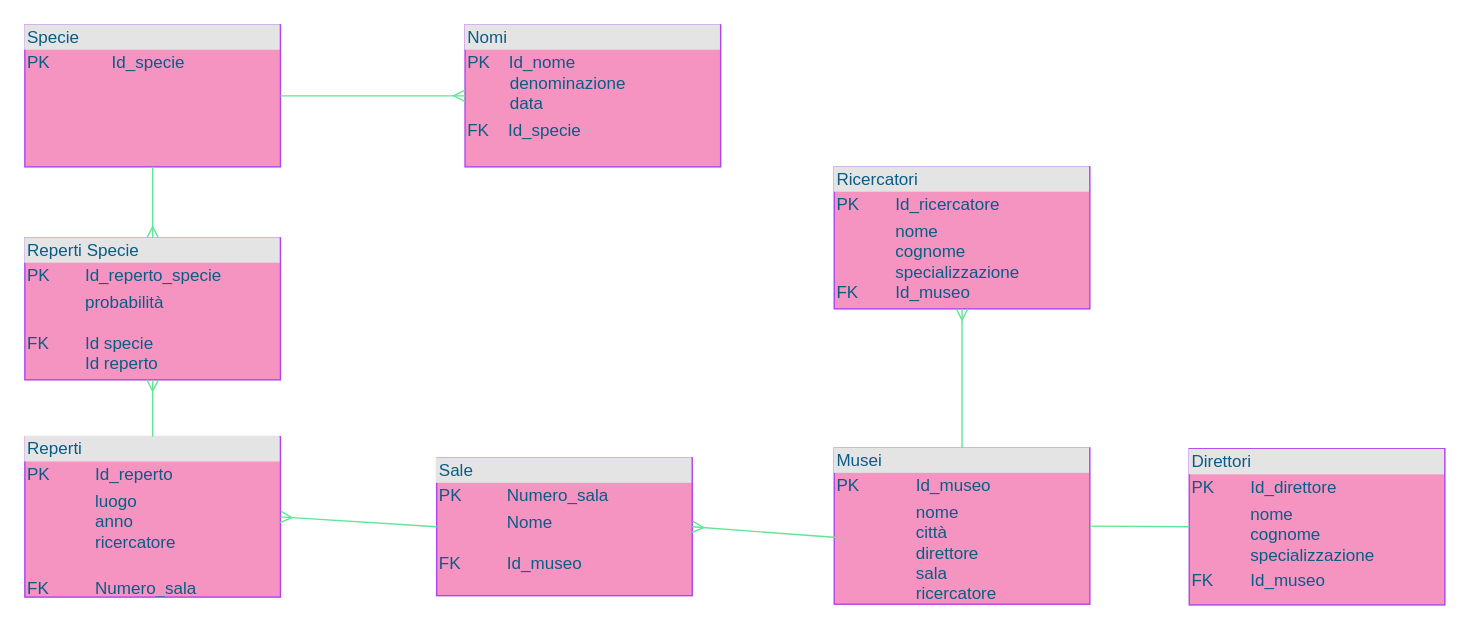
Above: Paleontologo.drawio in ChiaraGismondi02/informatica-modelloE-R (draw.io), before the change. Source tidied: cells renumbered, new cells numbered last; positions are measured from the earlier drawing's top-left corner, leaving out a move shared by most shapes. Both pictures are drawn from the tidied source at 142%, with x=0, y=0 at pixel (24, 24).
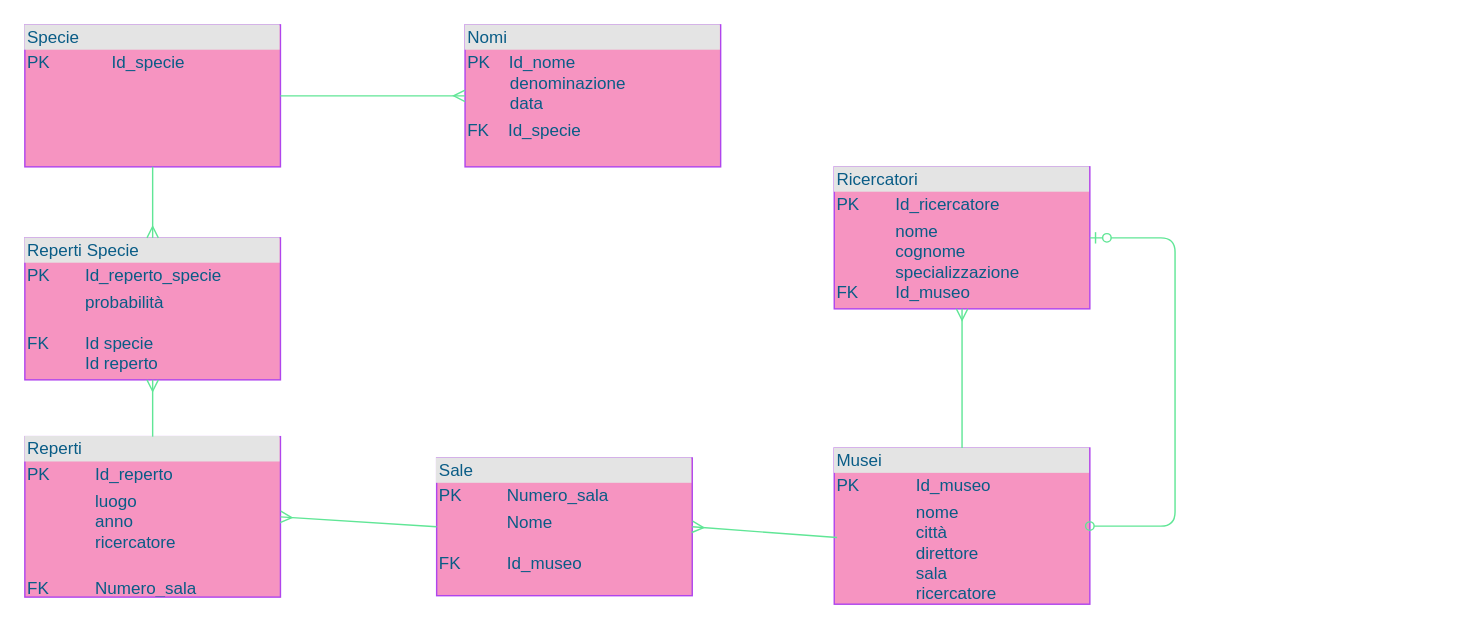
The same page after the edit.

What changed in the source:
```diff
@@
 <mxGraphModel>
   <root>
     <mxCell id="0" />
     <mxCell id="1" parent="0" />
     <mxCell id="2" value="&lt;div style=&quot;box-sizing: border-box ; width: 100% ; background: #e4e4e4 ; padding: 2px&quot;&gt;Reperti&lt;/div&gt;&lt;table style=&quot;width: 100% ; font-size: 1em&quot; cellpadding=&quot;2&quot; cellspacing=&quot;0&quot;&gt;&lt;tbody&gt;&lt;tr&gt;&lt;td&gt;PK&lt;/td&gt;&lt;td&gt;Id_reperto&lt;/td&gt;&lt;/tr&gt;&lt;tr&gt;&lt;td&gt;&amp;nbsp; &amp;nbsp; &amp;nbsp; &amp;nbsp;&lt;br&gt;&lt;br&gt;&lt;/td&gt;&lt;td&gt;luogo&lt;br&gt;anno&lt;br&gt;ricercatore&lt;br&gt;&lt;br&gt;&lt;/td&gt;&lt;/tr&gt;&lt;tr&gt;&lt;td&gt;FK&amp;nbsp;&amp;nbsp;&lt;/td&gt;&lt;td&gt;Numero_sala&lt;br&gt;&lt;/td&gt;&lt;/tr&gt;&lt;/tbody&gt;&lt;/table&gt;" style="verticalAlign=top;align=left;overflow=fill;html=1;fillColor=#F694C1;strokeColor=#AF45ED;fontColor=#095C86;" parent="1" vertex="1">
       <mxGeometry y="290" width="180" height="113" as="geometry" />
     </mxCell>
     <mxCell id="3" value="&lt;div style=&quot;box-sizing: border-box ; width: 100% ; background: #e4e4e4 ; padding: 2px&quot;&gt;Ricercatori&lt;/div&gt;&lt;table style=&quot;width: 100% ; font-size: 1em&quot; cellpadding=&quot;2&quot; cellspacing=&quot;0&quot;&gt;&lt;tbody&gt;&lt;tr&gt;&lt;td&gt;PK&lt;/td&gt;&lt;td&gt;Id_ricercatore&lt;/td&gt;&lt;/tr&gt;&lt;tr&gt;&lt;td&gt;&amp;nbsp; &amp;nbsp; &amp;nbsp; &amp;nbsp;&lt;br&gt;&lt;br&gt;&lt;br&gt;FK&lt;/td&gt;&lt;td&gt;nome&lt;br&gt;cognome&lt;br&gt;specializzazione&lt;br&gt;Id_museo&lt;/td&gt;&lt;/tr&gt;&lt;/tbody&gt;&lt;/table&gt;" style="verticalAlign=top;align=left;overflow=fill;html=1;fillColor=#F694C1;strokeColor=#AF45ED;fontColor=#095C86;" parent="1" vertex="1">
       <mxGeometry x="570" y="100" width="180" height="100" as="geometry" />
     </mxCell>
     <mxCell id="4" value="&lt;div style=&quot;box-sizing: border-box ; width: 100% ; background: #e4e4e4 ; padding: 2px&quot;&gt;Sale&lt;/div&gt;&lt;table style=&quot;width: 100% ; font-size: 1em&quot; cellpadding=&quot;2&quot; cellspacing=&quot;0&quot;&gt;&lt;tbody&gt;&lt;tr&gt;&lt;td&gt;PK&lt;/td&gt;&lt;td&gt;Numero_sala&lt;/td&gt;&lt;/tr&gt;&lt;tr&gt;&lt;td&gt;&amp;nbsp; &amp;nbsp; &amp;nbsp; &amp;nbsp;&lt;br&gt;FK&lt;/td&gt;&lt;td&gt;Nome&lt;br&gt;&lt;br&gt;Id_museo&lt;br&gt;&lt;br&gt;&lt;/td&gt;&lt;/tr&gt;&lt;/tbody&gt;&lt;/table&gt;" style="verticalAlign=top;align=left;overflow=fill;html=1;fillColor=#F694C1;strokeColor=#AF45ED;fontColor=#095C86;" parent="1" vertex="1">
       <mxGeometry x="290" y="305" width="180" height="97" as="geometry" />
     </mxCell>
     <mxCell id="5" value="&lt;div style=&quot;box-sizing: border-box ; width: 100% ; background: #e4e4e4 ; padding: 2px&quot;&gt;Musei&lt;/div&gt;&lt;table style=&quot;width: 100% ; font-size: 1em&quot; cellpadding=&quot;2&quot; cellspacing=&quot;0&quot;&gt;&lt;tbody&gt;&lt;tr&gt;&lt;td&gt;PK&lt;/td&gt;&lt;td&gt;Id_museo&lt;/td&gt;&lt;/tr&gt;&lt;tr&gt;&lt;td&gt;&amp;nbsp; &amp;nbsp; &amp;nbsp; &amp;nbsp;&lt;br&gt;&lt;br&gt;&lt;/td&gt;&lt;td&gt;nome&lt;br&gt;città&lt;br&gt;direttore&lt;br&gt;sala&lt;br&gt;ricercatore&lt;/td&gt;&lt;/tr&gt;&lt;tr&gt;&lt;td&gt;&lt;/td&gt;&lt;td&gt;&lt;br&gt;&lt;/td&gt;&lt;/tr&gt;&lt;/tbody&gt;&lt;/table&gt;" style="verticalAlign=top;align=left;overflow=fill;html=1;fillColor=#F694C1;strokeColor=#AF45ED;fontColor=#095C86;" parent="1" vertex="1">
       <mxGeometry x="570" y="298" width="180" height="110" as="geometry" />
     </mxCell>
     <mxCell id="6" style="edgeStyle=orthogonalEdgeStyle;rounded=0;jettySize=auto;html=1;entryX=0;entryY=0.25;entryDx=0;entryDy=0;strokeColor=none;endArrow=ERmany;endFill=0;fontColor=#095C86;" parent="1" edge="1" source="7" target="8">
       <mxGeometry relative="1" as="geometry" />
     </mxCell>
     <mxCell id="7" value="&lt;div style=&quot;box-sizing: border-box ; width: 100% ; background: #e4e4e4 ; padding: 2px&quot;&gt;Specie&lt;/div&gt;&lt;table style=&quot;width: 100% ; font-size: 1em&quot; cellpadding=&quot;2&quot; cellspacing=&quot;0&quot;&gt;&lt;tbody&gt;&lt;tr&gt;&lt;td&gt;PK&lt;/td&gt;&lt;td&gt;Id_specie&lt;/td&gt;&lt;/tr&gt;&lt;tr&gt;&lt;td&gt;&amp;nbsp; &amp;nbsp; &amp;nbsp; &amp;nbsp;&lt;br&gt;&lt;br&gt;&lt;/td&gt;&lt;td&gt;&lt;br&gt;&lt;br&gt;&lt;/td&gt;&lt;/tr&gt;&lt;/tbody&gt;&lt;/table&gt;" style="verticalAlign=top;align=left;overflow=fill;html=1;fillColor=#F694C1;strokeColor=#AF45ED;fontColor=#095C86;" parent="1" vertex="1">
       <mxGeometry width="180" height="100" as="geometry" />
     </mxCell>
     <mxCell id="8" value="&lt;div style=&quot;box-sizing: border-box ; width: 100% ; background: #e4e4e4 ; padding: 2px&quot;&gt;Nomi&lt;/div&gt;&lt;table style=&quot;width: 100% ; font-size: 1em&quot; cellpadding=&quot;2&quot; cellspacing=&quot;0&quot;&gt;&lt;tbody&gt;&lt;tr&gt;&lt;td&gt;PK&amp;nbsp; &amp;nbsp; Id_nome&lt;br&gt;&amp;nbsp; &amp;nbsp; &amp;nbsp; &amp;nbsp; &amp;nbsp;denominazione&lt;br&gt;&amp;nbsp; &amp;nbsp; &amp;nbsp; &amp;nbsp; &amp;nbsp;data&amp;nbsp; &amp;nbsp;&lt;/td&gt;&lt;td&gt;&lt;br&gt;&lt;/td&gt;&lt;/tr&gt;&lt;tr&gt;&lt;td&gt;FK&amp;nbsp; &amp;nbsp; Id_specie&lt;/td&gt;&lt;td&gt;&lt;br&gt;&lt;/td&gt;&lt;/tr&gt;&lt;/tbody&gt;&lt;/table&gt;" style="verticalAlign=top;align=left;overflow=fill;html=1;fillColor=#F694C1;strokeColor=#AF45ED;fontColor=#095C86;" parent="1" vertex="1">
       <mxGeometry x="310" width="180" height="100" as="geometry" />
     </mxCell>
     <mxCell id="9" style="edgeStyle=orthogonalEdgeStyle;rounded=0;orthogonalLoop=1;jettySize=auto;html=1;exitX=0.5;exitY=1;exitDx=0;exitDy=0;endArrow=ERmany;endFill=0;strokeColor=#60E696;fontColor=#095C86;" parent="1" edge="1" source="4" target="4">
       <mxGeometry relative="1" as="geometry" />
     </mxCell>
     <mxCell id="10" value="&lt;div style=&quot;box-sizing: border-box ; width: 100% ; background: #e4e4e4 ; padding: 2px&quot;&gt;Reperti Specie&lt;/div&gt;&lt;table style=&quot;width: 100% ; font-size: 1em&quot; cellpadding=&quot;2&quot; cellspacing=&quot;0&quot;&gt;&lt;tbody&gt;&lt;tr&gt;&lt;td&gt;PK&lt;/td&gt;&lt;td&gt;Id_reperto_specie&lt;/td&gt;&lt;/tr&gt;&lt;tr&gt;&lt;td&gt;&amp;nbsp; &amp;nbsp; &amp;nbsp; &amp;nbsp;&lt;br&gt;FK&amp;nbsp; &amp;nbsp;&lt;/td&gt;&lt;td&gt;probabilità&lt;br&gt;&lt;br&gt;Id specie&lt;br&gt;Id reperto&lt;br&gt;&lt;/td&gt;&lt;/tr&gt;&lt;/tbody&gt;&lt;/table&gt;" style="verticalAlign=top;align=left;overflow=fill;html=1;fillColor=#F694C1;strokeColor=#AF45ED;fontColor=#095C86;" parent="1" vertex="1">
       <mxGeometry y="150" width="180" height="100" as="geometry" />
     </mxCell>
-    <mxCell id="11" value="&lt;div style=&quot;box-sizing: border-box ; width: 100% ; background: #e4e4e4 ; padding: 2px&quot;&gt;Direttori&lt;/div&gt;&lt;table style=&quot;width: 100% ; font-size: 1em&quot; cellpadding=&quot;2&quot; cellspacing=&quot;0&quot;&gt;&lt;tbody&gt;&lt;tr&gt;&lt;td&gt;PK&lt;/td&gt;&lt;td&gt;Id_direttore&lt;/td&gt;&lt;/tr&gt;&lt;tr&gt;&lt;td&gt;&amp;nbsp; &amp;nbsp; &amp;nbsp; &amp;nbsp;&lt;br&gt;&lt;br&gt;&lt;/td&gt;&lt;td&gt;nome &lt;br&gt;cognome&lt;br&gt;specializzazione&lt;/td&gt;&lt;/tr&gt;&lt;tr&gt;&lt;td&gt;FK&lt;/td&gt;&lt;td&gt;Id_museo&lt;/td&gt;&lt;/tr&gt;&lt;/tbody&gt;&lt;/table&gt;" style="verticalAlign=top;align=left;overflow=fill;html=1;fillColor=#F694C1;strokeColor=#AF45ED;fontColor=#095C86;" parent="1" vertex="1">
-      <mxGeometry x="820" y="298.5" width="180" height="110" as="geometry" />
-    </mxCell>
-    <mxCell id="12" style="endArrow=none;html=1;exitX=1;exitY=0.5;exitDx=0;exitDy=0;entryX=0;entryY=0.5;entryDx=0;entryDy=0;strokeColor=#60E696;fontColor=#095C86;" parent="1" edge="1" source="5" target="11">
-      <mxGeometry relative="1" as="geometry" />
-    </mxCell>
     <mxCell id="13" style="endArrow=ERmany;html=1;endFill=0;entryX=0.5;entryY=0;entryDx=0;entryDy=0;exitX=0.5;exitY=1;exitDx=0;exitDy=0;strokeColor=#60E696;fontColor=#095C86;" parent="1" edge="1" source="7" target="10">
       <mxGeometry relative="1" as="geometry" />
     </mxCell>
     <mxCell id="14" style="endArrow=ERmany;html=1;endFill=0;exitX=0.5;exitY=0;exitDx=0;exitDy=0;entryX=0.5;entryY=1;entryDx=0;entryDy=0;strokeColor=#60E696;fontColor=#095C86;" parent="1" edge="1" source="2" target="10">
       <mxGeometry relative="1" as="geometry" />
     </mxCell>
     <mxCell id="15" style="endArrow=ERmany;html=1;endFill=0;exitX=0;exitY=0.5;exitDx=0;exitDy=0;entryX=1;entryY=0.5;entryDx=0;entryDy=0;strokeColor=#60E696;fontColor=#095C86;" parent="1" edge="1" source="4" target="2">
       <mxGeometry relative="1" as="geometry" />
     </mxCell>
     <mxCell id="16" style="endArrow=ERmany;html=1;endFill=0;exitX=1;exitY=0.5;exitDx=0;exitDy=0;entryX=0;entryY=0.5;entryDx=0;entryDy=0;strokeColor=#60E696;fontColor=#095C86;" parent="1" edge="1" source="7" target="8">
       <mxGeometry relative="1" as="geometry" />
     </mxCell>
     <mxCell id="17" style="endArrow=ERmany;html=1;endFill=0;exitX=0.5;exitY=0;exitDx=0;exitDy=0;entryX=0.5;entryY=1;entryDx=0;entryDy=0;strokeColor=#60E696;fontColor=#095C86;" parent="1" edge="1" source="5" target="3">
       <mxGeometry relative="1" as="geometry" />
     </mxCell>
     <mxCell id="18" style="endArrow=ERmany;html=1;endFill=0;exitX=0.011;exitY=0.573;exitDx=0;exitDy=0;exitPerimeter=0;entryX=1;entryY=0.5;entryDx=0;entryDy=0;strokeColor=#60E696;fontColor=#095C86;" parent="1" edge="1" source="5" target="4">
       <mxGeometry relative="1" as="geometry" />
     </mxCell>
+    <mxCell id="19" style="endArrow=ERzeroToOne;html=1;entryX=1;entryY=0.5;entryDx=0;entryDy=0;exitX=1;exitY=0.5;exitDx=0;exitDy=0;startArrow=oval;startFill=0;endFill=1;strokeColor=#60E696;fontColor=#095C86;" parent="1" edge="1" source="5" target="3">
+      <mxGeometry relative="1" as="geometry">
+        <Array as="points">
+          <mxPoint x="810" y="353" />
+          <mxPoint x="810" y="150" />
+        </Array>
+      </mxGeometry>
+    </mxCell>
   </root>
 </mxGraphModel>
```
